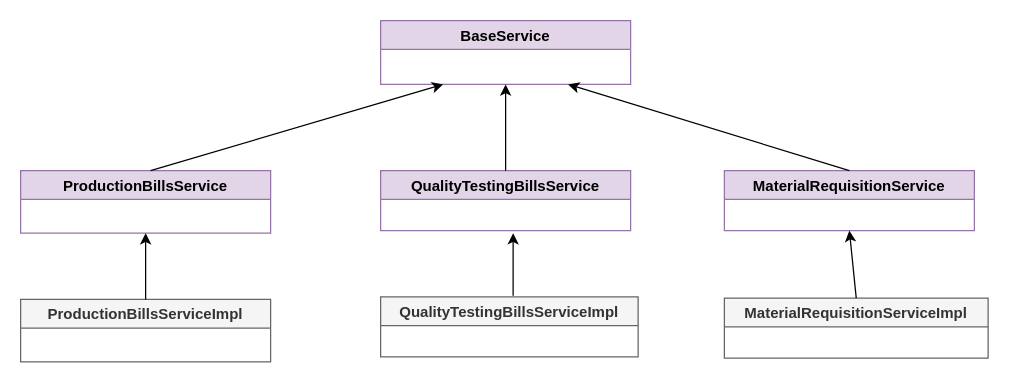
Above: 未命名绘图.drawio in KNAI-I/test (draw.io), before the change. Source tidied: cells renumbered, new cells numbered last; positions are measured from the earlier drawing's top-left corner, leaving out a move shared by most shapes. Both pictures are drawn from the tidied source at 125%, with x=0, y=0 at pixel (20, 20).
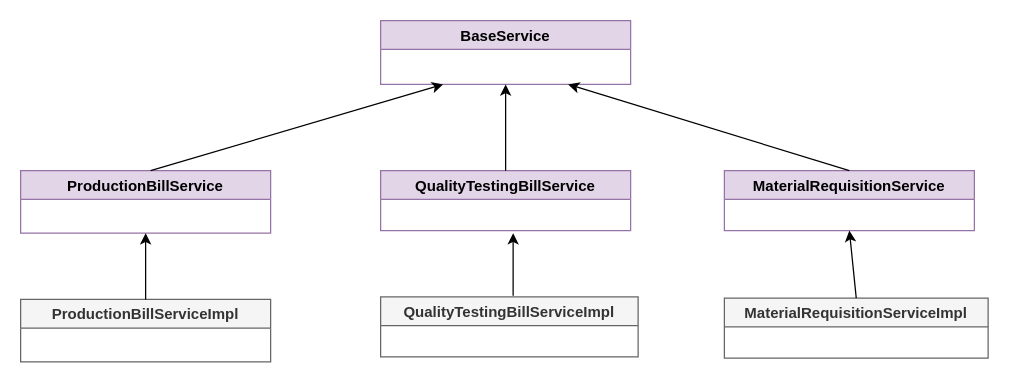
Above is the later version.

Commit message:
更新未命名绘图.drawio

Change to the diagram source:
```diff
@@
 <mxGraphModel>
   <root>
     <mxCell id="0" />
     <mxCell id="1" parent="0" />
-    <mxCell id="2" value="ProductionBillsServiceImpl" style="swimlane;fillColor=#f5f5f5;strokeColor=#666666;fontColor=#333333;" parent="1" vertex="1">
+    <mxCell id="2" value="ProductionBillServiceImpl" style="swimlane;fillColor=#f5f5f5;strokeColor=#666666;fontColor=#333333;startSize=23;" parent="1" vertex="1">
       <mxGeometry y="223" width="200" height="50" as="geometry" />
     </mxCell>
-    <mxCell id="3" value="QualityTestingBillsServiceImpl" style="swimlane;fillColor=#f5f5f5;strokeColor=#666666;fontColor=#333333;" parent="1" vertex="1">
+    <mxCell id="3" value="QualityTestingBillServiceImpl" style="swimlane;fillColor=#f5f5f5;strokeColor=#666666;fontColor=#333333;" parent="1" vertex="1">
       <mxGeometry x="288" y="221" width="206" height="48" as="geometry" />
     </mxCell>
     <mxCell id="4" value="MaterialRequisitionServiceImpl" style="swimlane;fillColor=#f5f5f5;strokeColor=#666666;fontColor=#333333;" parent="1" vertex="1">
       <mxGeometry x="563" y="222" width="211" height="48" as="geometry" />
     </mxCell>
-    <mxCell id="5" value="QualityTestingBillsService" style="swimlane;fillColor=#e1d5e7;strokeColor=#9673a6;" parent="1" vertex="1">
+    <mxCell id="5" value="QualityTestingBillService" style="swimlane;fillColor=#e1d5e7;strokeColor=#9673a6;" parent="1" vertex="1">
       <mxGeometry x="288" y="120" width="200" height="48" as="geometry" />
     </mxCell>
     <mxCell id="6" value="MaterialRequisitionService" style="swimlane;fillColor=#e1d5e7;strokeColor=#9673a6;" parent="1" vertex="1">
       <mxGeometry x="563" y="120" width="200" height="48" as="geometry" />
     </mxCell>
-    <mxCell id="7" value="ProductionBillsService" style="swimlane;fillColor=#e1d5e7;strokeColor=#9673a6;" parent="1" vertex="1">
+    <mxCell id="7" value="ProductionBillService" style="swimlane;fillColor=#e1d5e7;strokeColor=#9673a6;" parent="1" vertex="1">
       <mxGeometry y="120" width="200" height="50" as="geometry" />
     </mxCell>
     <mxCell id="8" value="BaseService" style="swimlane;fillColor=#e1d5e7;strokeColor=#9673a6;" parent="1" vertex="1">
       <mxGeometry x="288" width="200" height="51" as="geometry" />
     </mxCell>
     <mxCell id="9" style="endArrow=classic;html=1;strokeColor=default;curved=1;" parent="1" edge="1">
       <mxGeometry relative="1" as="geometry">
         <mxPoint x="394" y="220" as="sourcePoint" />
         <mxPoint x="394" y="170" as="targetPoint" />
       </mxGeometry>
     </mxCell>
     <mxCell id="10" style="endArrow=classic;html=1;strokeColor=default;curved=1;exitX=0.5;exitY=0;exitDx=0;exitDy=0;" parent="1" edge="1" source="2">
       <mxGeometry relative="1" as="geometry">
         <mxPoint x="100" y="170" as="targetPoint" />
       </mxGeometry>
     </mxCell>
     <mxCell id="11" style="endArrow=classic;html=1;strokeColor=default;curved=1;entryX=0.5;entryY=1;entryDx=0;entryDy=0;exitX=0.5;exitY=0;exitDx=0;exitDy=0;" parent="1" edge="1" source="4" target="6">
       <mxGeometry relative="1" as="geometry" />
     </mxCell>
     <mxCell id="12" style="endArrow=classic;html=1;strokeColor=default;curved=1;entryX=0.25;entryY=1;entryDx=0;entryDy=0;" parent="1" edge="1" target="8">
       <mxGeometry relative="1" as="geometry">
         <mxPoint x="104" y="120" as="sourcePoint" />
       </mxGeometry>
     </mxCell>
     <mxCell id="13" style="endArrow=classic;html=1;strokeColor=default;curved=1;exitX=0.5;exitY=0;exitDx=0;exitDy=0;entryX=0.5;entryY=1;entryDx=0;entryDy=0;" parent="1" edge="1" source="5" target="8">
       <mxGeometry relative="1" as="geometry" />
     </mxCell>
     <mxCell id="14" style="endArrow=classic;html=1;strokeColor=default;curved=1;exitX=0.5;exitY=0;exitDx=0;exitDy=0;entryX=0.75;entryY=1;entryDx=0;entryDy=0;" parent="1" edge="1" source="6" target="8">
       <mxGeometry relative="1" as="geometry" />
     </mxCell>
   </root>
 </mxGraphModel>
```
